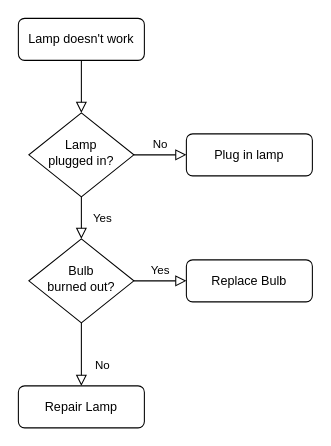
Earlier version of the draw.io diagram Untitled Diagram.drawio (wawaaan/Mikrokontroller-dan-Interface). Source tidied: cells renumbered, new cells numbered last; positions are measured from the earlier drawing's top-left corner, leaving out a move shared by most shapes. Both pictures are drawn from the tidied source at 105%, with x=0, y=0 at pixel (18, 18).
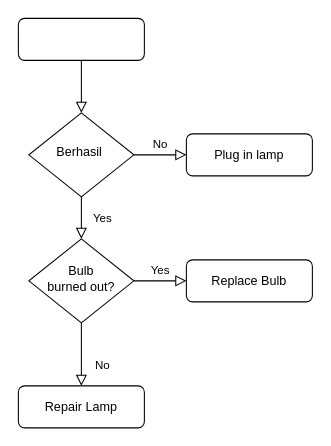
The same diagram, later.

The edit, as a diff of the source:
```diff
@@
 <mxGraphModel>
   <root>
     <mxCell id="0" />
     <mxCell id="1" parent="0" />
     <mxCell id="2" style="rounded=0;html=1;jettySize=auto;fontSize=11;endArrow=block;endFill=0;endSize=8;strokeWidth=1;shadow=0;labelBackgroundColor=none;edgeStyle=orthogonalEdgeStyle;" parent="1" edge="1" source="3" target="6">
       <mxGeometry relative="1" as="geometry" />
     </mxCell>
-    <mxCell id="3" value="Lamp doesn't work" style="rounded=1;whiteSpace=wrap;html=1;fontSize=12;glass=0;strokeWidth=1;shadow=0;" parent="1" vertex="1">
+    <mxCell id="3" style="rounded=1;whiteSpace=wrap;html=1;fontSize=12;glass=0;strokeWidth=1;shadow=0;" parent="1" vertex="1">
       <mxGeometry width="120" height="40" as="geometry" />
     </mxCell>
     <mxCell id="4" value="Yes" style="rounded=0;html=1;jettySize=auto;fontSize=11;endArrow=block;endFill=0;endSize=8;strokeWidth=1;shadow=0;labelBackgroundColor=none;edgeStyle=orthogonalEdgeStyle;" parent="1" edge="1" source="6" target="10">
       <mxGeometry y="20" relative="1" as="geometry" />
     </mxCell>
     <mxCell id="5" value="No" style="edgeStyle=orthogonalEdgeStyle;rounded=0;html=1;jettySize=auto;fontSize=11;endArrow=block;endFill=0;endSize=8;strokeWidth=1;shadow=0;labelBackgroundColor=none;" parent="1" edge="1" source="6" target="7">
       <mxGeometry y="10" relative="1" as="geometry" />
     </mxCell>
-    <mxCell id="6" value="Lamp&lt;br&gt;plugged in?" style="rhombus;whiteSpace=wrap;html=1;shadow=0;fontFamily=Helvetica;fontSize=12;align=center;strokeWidth=1;spacing=6;spacingTop=-4;" parent="1" vertex="1">
+    <mxCell id="6" value="Berhasil&amp;nbsp;" style="rhombus;whiteSpace=wrap;html=1;shadow=0;fontFamily=Helvetica;fontSize=12;align=center;strokeWidth=1;spacing=6;spacingTop=-4;" parent="1" vertex="1">
       <mxGeometry x="10" y="90" width="100" height="80" as="geometry" />
     </mxCell>
     <mxCell id="7" value="Plug in lamp" style="rounded=1;whiteSpace=wrap;html=1;fontSize=12;glass=0;strokeWidth=1;shadow=0;" parent="1" vertex="1">
       <mxGeometry x="160" y="110" width="120" height="40" as="geometry" />
     </mxCell>
     <mxCell id="8" value="No" style="rounded=0;html=1;jettySize=auto;fontSize=11;endArrow=block;endFill=0;endSize=8;strokeWidth=1;shadow=0;labelBackgroundColor=none;edgeStyle=orthogonalEdgeStyle;" parent="1" edge="1" source="10" target="11">
       <mxGeometry x="0.33" y="20" relative="1" as="geometry" />
     </mxCell>
     <mxCell id="9" value="Yes" style="edgeStyle=orthogonalEdgeStyle;rounded=0;html=1;jettySize=auto;fontSize=11;endArrow=block;endFill=0;endSize=8;strokeWidth=1;shadow=0;labelBackgroundColor=none;" parent="1" edge="1" source="10" target="12">
       <mxGeometry y="10" relative="1" as="geometry" />
     </mxCell>
     <mxCell id="10" value="Bulb&lt;br&gt;burned out?" style="rhombus;whiteSpace=wrap;html=1;shadow=0;fontFamily=Helvetica;fontSize=12;align=center;strokeWidth=1;spacing=6;spacingTop=-4;" parent="1" vertex="1">
       <mxGeometry x="10" y="210" width="100" height="80" as="geometry" />
     </mxCell>
     <mxCell id="11" value="Repair Lamp" style="rounded=1;whiteSpace=wrap;html=1;fontSize=12;glass=0;strokeWidth=1;shadow=0;" parent="1" vertex="1">
       <mxGeometry y="350" width="120" height="40" as="geometry" />
     </mxCell>
     <mxCell id="12" value="Replace Bulb" style="rounded=1;whiteSpace=wrap;html=1;fontSize=12;glass=0;strokeWidth=1;shadow=0;" parent="1" vertex="1">
       <mxGeometry x="160" y="230" width="120" height="40" as="geometry" />
     </mxCell>
   </root>
 </mxGraphModel>
```
